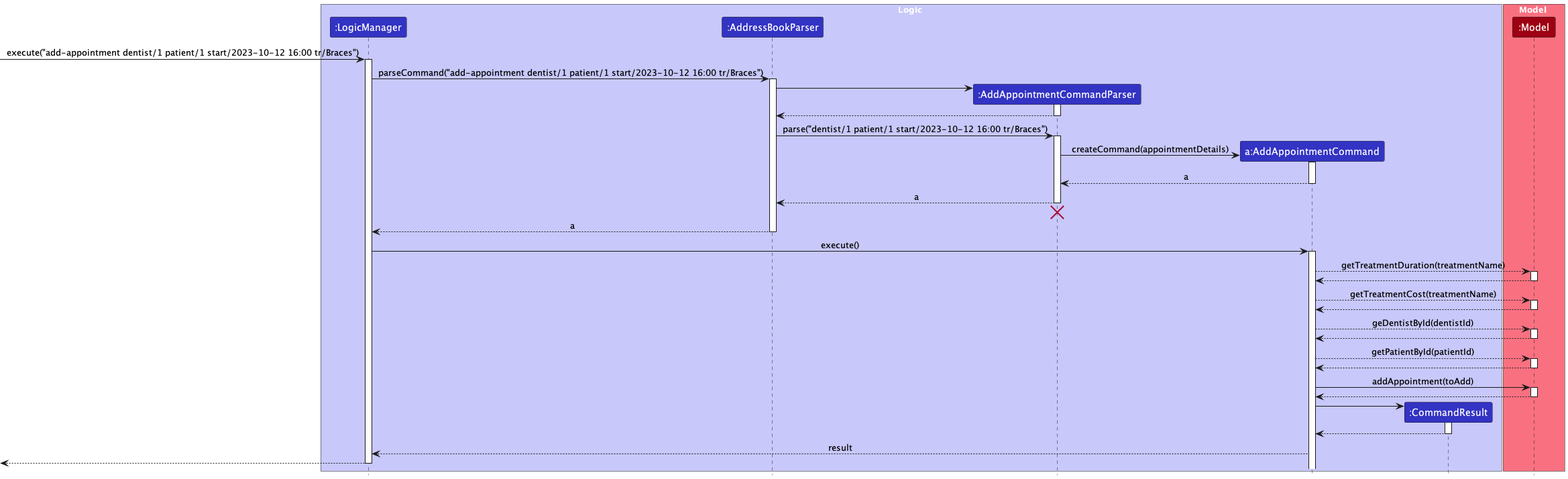
Earlier version of the PlantUML export docs/images/AddAppointmentSequenceDiagram.png (techjay-c/tp).
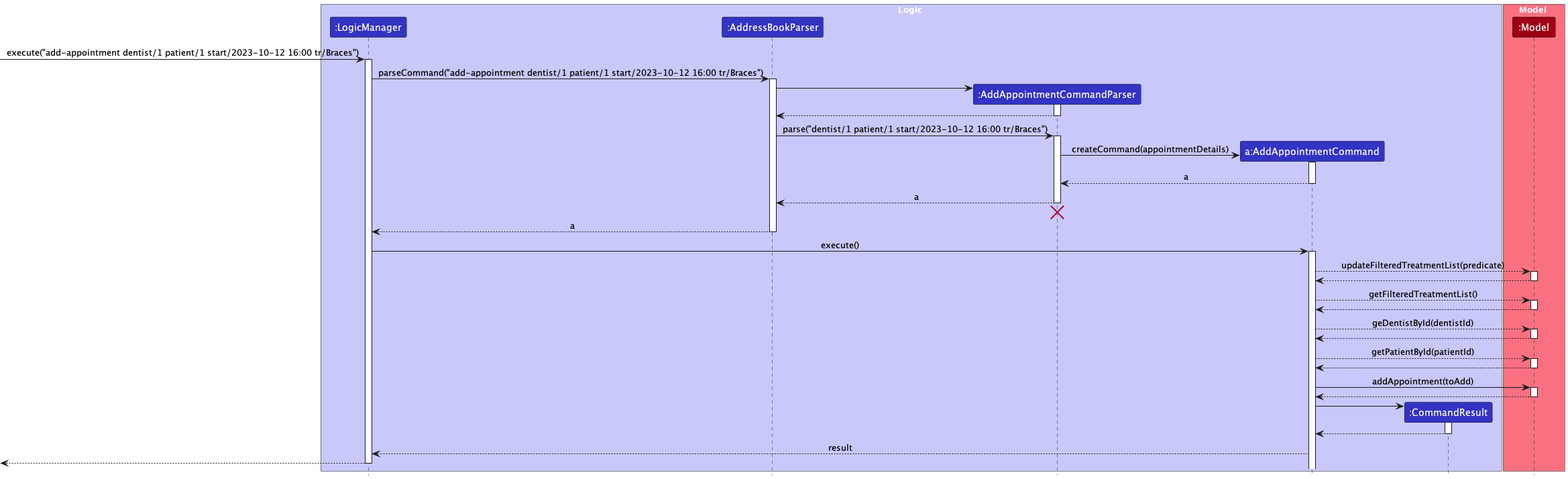
The same file after the commit.

Commit message:
Add sequence diagram for filter-appointment

What changed in the source:
```diff
@@ -49,12 +49,12 @@
 LogicManager -> AddAppointmentCommand : execute()
 activate AddAppointmentCommand
 
-AddAppointmentCommand --> Model : getTreatmentDuration(treatmentName)
+AddAppointmentCommand --> Model : updateFilteredTreatmentList(predicate)
 activate Model
 Model --> AddAppointmentCommand
 deactivate Model
 
-AddAppointmentCommand --> Model : getTreatmentCost(treatmentName)
+AddAppointmentCommand --> Model : getFilteredTreatmentList()
 activate Model
 Model --> AddAppointmentCommand
 deactivate Model
```
